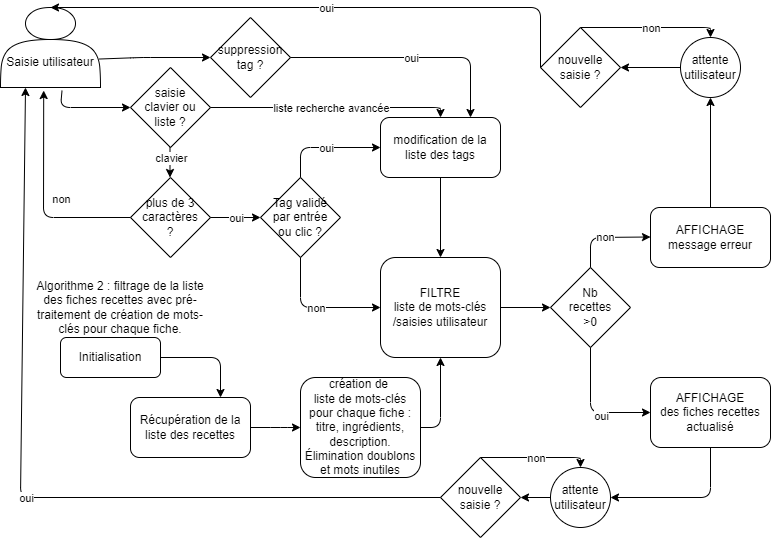
TangiLC/P7_PetitsPlats keeps this draw.io diagram as bench_tests/algorithme2.png. Above is the earlier version. Source tidied: cells renumbered, new cells last; positions are measured from the earlier drawing's top-left corner, leaving out a move shared by most shapes.
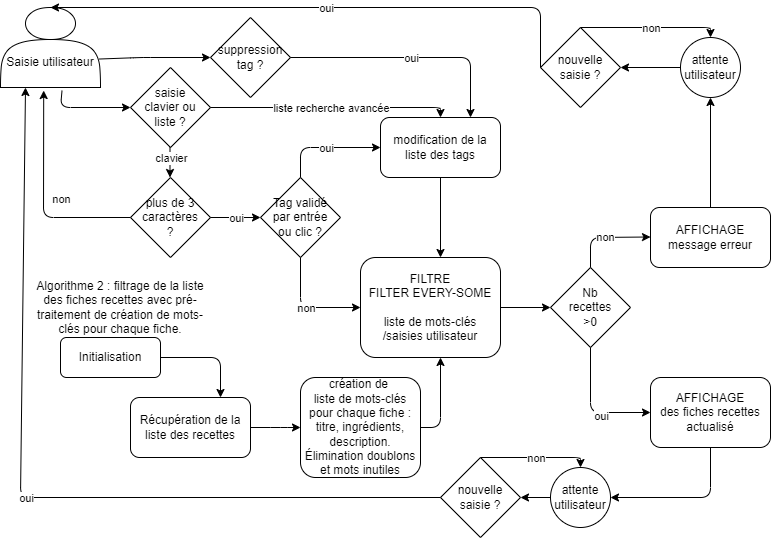
After the change.

Change to the diagram source:
```diff
@@ -2,8 +2,9 @@
   <root>
     <mxCell id="0" />
     <mxCell id="1" parent="0" />
-    <mxCell id="2" style="edgeStyle=none;html=1;exitX=1;exitY=0.5;exitDx=0;exitDy=0;entryX=0.5;entryY=1;entryDx=0;entryDy=0;" parent="1" edge="1" source="3" target="9">
+    <mxCell id="2" style="edgeStyle=none;html=1;exitX=1;exitY=0.5;exitDx=0;exitDy=0;" parent="1" edge="1" source="3">
       <mxGeometry relative="1" as="geometry">
+        <mxPoint x="440" y="350" as="targetPoint" />
         <Array as="points">
           <mxPoint x="440" y="420" />
         </Array>
@@ -31,8 +32,8 @@
     <mxCell id="8" value="Tag validé&lt;br&gt;par entrée&lt;br&gt;ou clic ?" style="rhombus;whiteSpace=wrap;html=1;" parent="1" vertex="1">
       <mxGeometry x="260" y="170" width="80" height="80" as="geometry" />
     </mxCell>
-    <mxCell id="9" value="FILTRE&lt;br&gt;liste de mots-clés&lt;br&gt;/saisies utilisateur" style="rounded=1;whiteSpace=wrap;html=1;" parent="1" vertex="1">
-      <mxGeometry x="380" y="250" width="120" height="100" as="geometry" />
+    <mxCell id="9" value="FILTRE&lt;br&gt;FILTER EVERY-SOME&lt;br&gt;&lt;br&gt;liste de mots-clés&lt;br&gt;/saisies utilisateur" style="rounded=1;whiteSpace=wrap;html=1;" parent="1" vertex="1">
+      <mxGeometry x="360" y="250" width="140" height="100" as="geometry" />
     </mxCell>
     <mxCell id="10" value="modification de la liste des tags" style="rounded=1;whiteSpace=wrap;html=1;" parent="1" vertex="1">
       <mxGeometry x="380" y="110" width="120" height="60" as="geometry" />
@@ -57,8 +58,10 @@
     <mxCell id="14" value="non" style="edgeLabel;html=1;align=center;verticalAlign=middle;" parent="13" vertex="1">
       <mxGeometry relative="1" as="geometry" />
     </mxCell>
-    <mxCell id="15" style="endArrow=classic;html=1;exitX=0.5;exitY=1;exitDx=0;exitDy=0;entryX=0.5;entryY=0;entryDx=0;entryDy=0;" parent="1" edge="1" source="10" target="9">
-      <mxGeometry relative="1" as="geometry" />
+    <mxCell id="15" style="endArrow=classic;html=1;exitX=0.5;exitY=1;exitDx=0;exitDy=0;" parent="1" edge="1" source="10">
+      <mxGeometry relative="1" as="geometry">
+        <mxPoint x="440" y="250" as="targetPoint" />
+      </mxGeometry>
     </mxCell>
     <mxCell id="16" value="Nb&lt;br&gt;recettes&lt;br&gt;&amp;gt;0" style="rhombus;whiteSpace=wrap;html=1;" parent="1" vertex="1">
       <mxGeometry x="550" y="260" width="80" height="80" as="geometry" />
```
